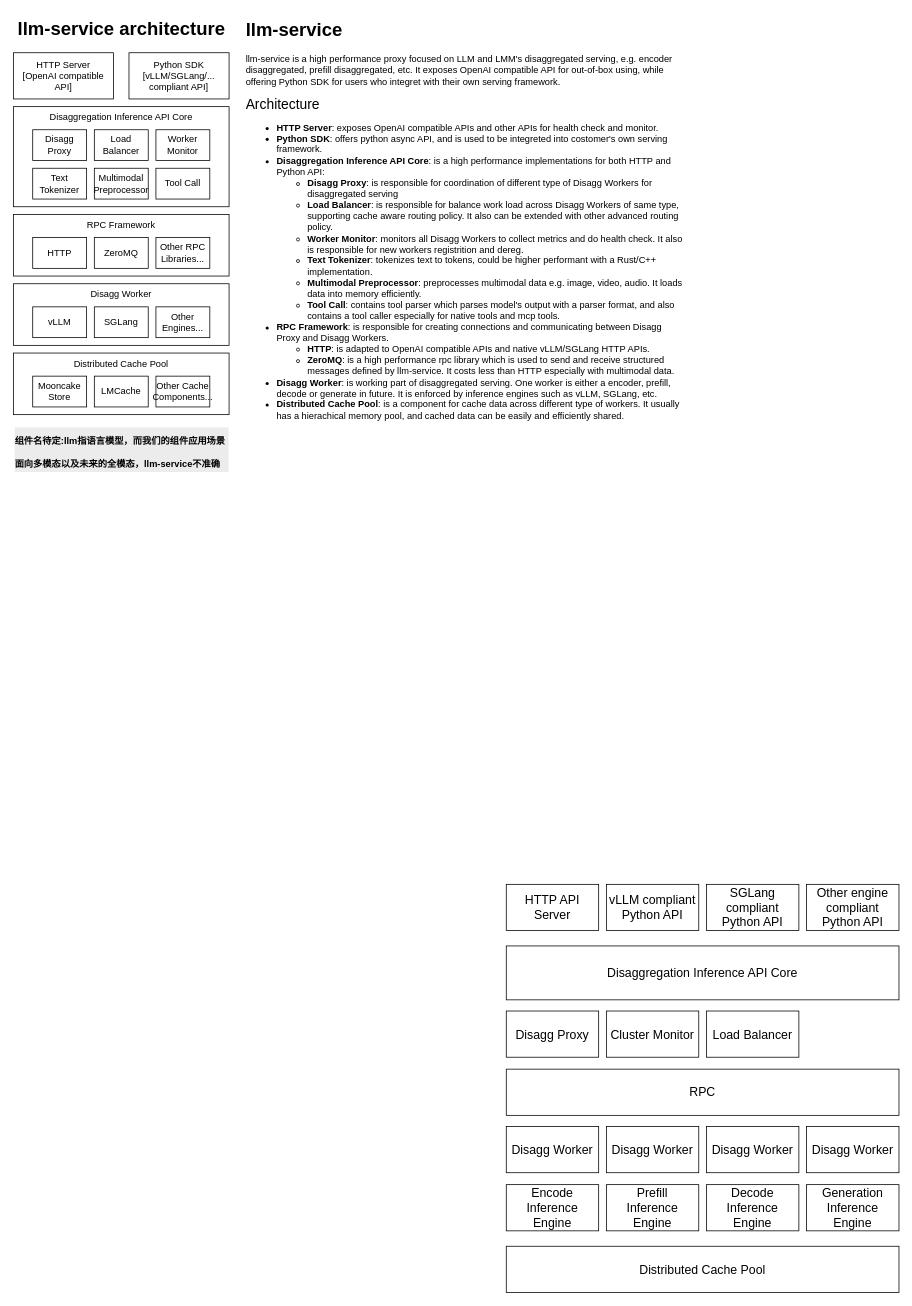
Before: llm_service_arch.drawio in wuhang2014/design_docs, a draw.io diagram. Source tidied: cells renumbered, new cells numbered last; positions are measured from the earlier drawing's top-left corner, leaving out a move shared by most shapes. Both pictures are drawn from the tidied source at 77%, with x=0, y=0 at pixel (13, 13).
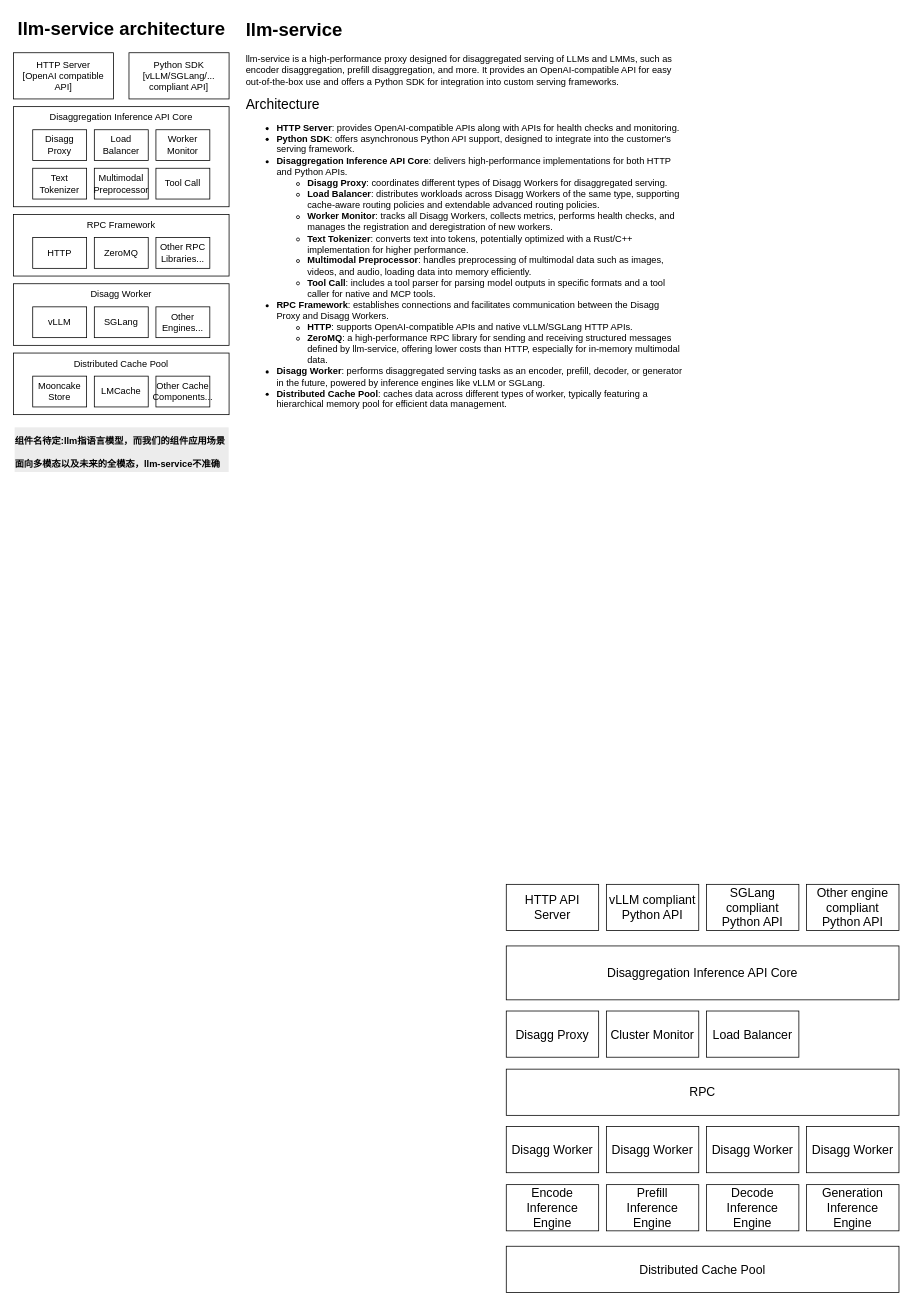
After the change.

Diff of the diagram source:
```diff
@@
-    <mxCell id="42" value="&lt;h1 style=&quot;margin-top: 0px;&quot;&gt;llm-service&lt;/h1&gt;&lt;p&gt;llm-service is a high performance proxy focused on LLM and LMM's disaggregated serving, e.g. encoder disaggregated, prefill disaggregated, etc. It exposes OpenAI compatible API for out-of-box using, while offering Python SDK for users who integret with their own serving framework.&lt;/p&gt;&lt;p&gt;&lt;font style=&quot;font-size: 18px;&quot;&gt;Architecture&lt;/font&gt;&lt;/p&gt;&lt;p&gt;&lt;/p&gt;&lt;ul&gt;&lt;li&gt;&lt;b&gt;HTTP Server&lt;/b&gt;: exposes OpenAI compatible APIs and other APIs for health check and monitor.&lt;/li&gt;&lt;li&gt;&lt;b&gt;Python SDK&lt;/b&gt;: offers python async API, and is used to be integreted into costomer's own serving framework.&lt;/li&gt;&lt;li&gt;&lt;b&gt;Disaggregation Inference API Core&lt;/b&gt;: is a high performance implementations for both HTTP and Python API:&lt;/li&gt;&lt;ul&gt;&lt;li&gt;&lt;b&gt;Disagg Proxy&lt;/b&gt;: is responsible for coordination of different type of Disagg Workers for disaggregated serving&lt;/li&gt;&lt;li&gt;&lt;b&gt;Load Balancer&lt;/b&gt;: is responsible for balance work load across Disagg Workers of same type, supporting cache aware routing policy. It also can be extended with other advanced routing policy.&lt;/li&gt;&lt;li&gt;&lt;b&gt;Worker Monitor&lt;/b&gt;: monitors all Disagg Workers to collect metrics and do health check. It also is responsible for new workers registrition and dereg.&lt;/li&gt;&lt;li&gt;&lt;b&gt;Text Tokenizer&lt;/b&gt;: tokenizes text to tokens, could be higher performant with a Rust/C++ implementation.&lt;/li&gt;&lt;li&gt;&lt;b&gt;Multimodal Preprocessor&lt;/b&gt;: preprocesses multimodal data e.g. image, video, audio. It loads data into memory efficiently.&lt;/li&gt;&lt;li&gt;&lt;b&gt;Tool Call&lt;/b&gt;: contains tool parser which parses model's output with a parser format, and also contains a tool caller especially for native tools and mcp tools.&lt;/li&gt;&lt;/ul&gt;&lt;li&gt;&lt;b&gt;RPC Framework&lt;/b&gt;: is responsible for creating connections and communicating between Disagg Proxy and Disagg Workers.&lt;/li&gt;&lt;ul&gt;&lt;li&gt;&lt;b&gt;HTTP&lt;/b&gt;: is adapted to OpenAI compatible APIs and native vLLM/SGLang HTTP APIs.&lt;/li&gt;&lt;li&gt;&lt;b&gt;ZeroMQ&lt;/b&gt;: is a high performance rpc library which is used to send and receive structured messages defined by llm-service. It costs less than HTTP especially with multimodal data.&lt;/li&gt;&lt;/ul&gt;&lt;li&gt;&lt;b&gt;Disagg Worker&lt;/b&gt;: is working part of disaggregated serving. One worker is either a encoder, prefill, decode or generate in future. It is enforced by inference engines such as vLLM, SGLang, etc.&lt;/li&gt;&lt;li&gt;&lt;b&gt;Distributed Cache Pool&lt;/b&gt;: is a component for cache data across different type of workers. It usually has a hierachical memory pool, and cached data can be easily and efficiently shared.&lt;/li&gt;&lt;/ul&gt;&lt;p&gt;&lt;/p&gt;" style="text;html=1;whiteSpace=wrap;overflow=hidden;rounded=0;" parent="1" vertex="1">
+    <mxCell id="42" value="&lt;h1 style=&quot;margin-top: 0px;&quot;&gt;llm-service&lt;/h1&gt;&lt;p&gt;llm-service is a high-performance proxy designed for disaggregated serving of LLMs and LMMs, such as encoder disaggregation, prefill disaggregation, and more. It provides an OpenAI-compatible API for easy out-of-the-box use and offers a Python SDK for integration into custom serving frameworks.&lt;/p&gt;&lt;p&gt;&lt;font style=&quot;font-size: 18px;&quot;&gt;Architecture&lt;/font&gt;&lt;/p&gt;&lt;p&gt;&lt;/p&gt;&lt;ul&gt;&lt;li&gt;&lt;b&gt;HTTP Server&lt;/b&gt;: provides OpenAI-compatible APIs along with APIs for health checks and monitoring.&lt;/li&gt;&lt;li&gt;&lt;b&gt;Python SDK&lt;/b&gt;: offers asynchronous Python API support, designed to integrate into the customer's serving framework.&lt;/li&gt;&lt;li&gt;&lt;b&gt;Disaggregation Inference API Core&lt;/b&gt;: delivers high-performance implementations for both HTTP and Python APIs.&lt;/li&gt;&lt;ul&gt;&lt;li&gt;&lt;b&gt;Disagg Proxy&lt;/b&gt;: coordinates different types of Disagg Workers for disaggregated serving.&lt;/li&gt;&lt;li&gt;&lt;b&gt;Load Balancer&lt;/b&gt;: distributes workloads across Disagg Workers of the same type, supporting cache-aware routing policies and extendable advanced routing policies.&lt;/li&gt;&lt;li&gt;&lt;b&gt;Worker Monitor&lt;/b&gt;: tracks all Disagg Workers, collects metrics, performs health checks, and manages the registration and deregistration of new workers.&lt;/li&gt;&lt;li&gt;&lt;b&gt;Text Tokenizer&lt;/b&gt;: converts text into tokens, potentially optimized with a Rust/C++ implementation for higher performance.&lt;/li&gt;&lt;li&gt;&lt;b&gt;Multimodal Preprocessor&lt;/b&gt;: handles preprocessing of multimodal data such as images, videos, and audio, loading data into memory efficiently.&lt;/li&gt;&lt;li&gt;&lt;b&gt;Tool Call&lt;/b&gt;: includes a tool parser for parsing model outputs in specific formats and a tool caller for native and MCP tools.&lt;/li&gt;&lt;/ul&gt;&lt;li&gt;&lt;b&gt;RPC Framework&lt;/b&gt;: establishes connections and facilitates communication between the Disagg Proxy and Disagg Workers.&lt;/li&gt;&lt;ul&gt;&lt;li&gt;&lt;b&gt;HTTP&lt;/b&gt;: supports OpenAI-compatible APIs and native vLLM/SGLang HTTP APIs.&lt;/li&gt;&lt;li&gt;&lt;b&gt;ZeroMQ&lt;/b&gt;: a high-performance RPC library for sending and receiving structured messages defined by llm-service, offering lower costs than HTTP, especially for in-memory multimodal data.&lt;/li&gt;&lt;/ul&gt;&lt;li&gt;&lt;b&gt;Disagg Worker&lt;/b&gt;: performs disaggregated serving tasks as an encoder, prefill, decoder, or generator in the future, powered by inference engines like vLLM or SGLang.&lt;/li&gt;&lt;li&gt;&lt;b&gt;Distributed Cache Pool&lt;/b&gt;: caches data across different types of worker, typically featuring a hierarchical memory pool for efficient data management.&lt;/li&gt;&lt;/ul&gt;&lt;p&gt;&lt;/p&gt;" style="text;html=1;whiteSpace=wrap;overflow=hidden;rounded=0;" parent="1" vertex="1">
       <mxGeometry x="300" y="1" width="570" height="530" as="geometry" />
     </mxCell>
```
